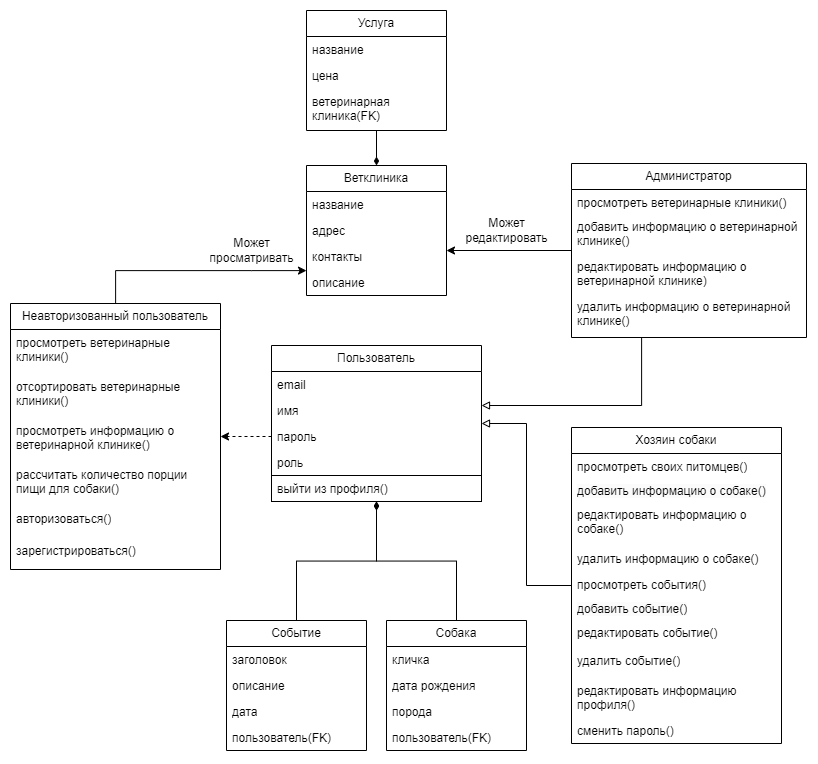
Before: Documentation/Diagrams/Диаграмма классов (Class diagram)/Диаграмма классов (Class diagram).drawio.png, a diagram exported from draw.io (polyafedosova/TP-5.2-5). Source tidied: cells renumbered, new cells last; positions are measured from the earlier drawing's top-left corner, leaving out a move shared by most shapes.
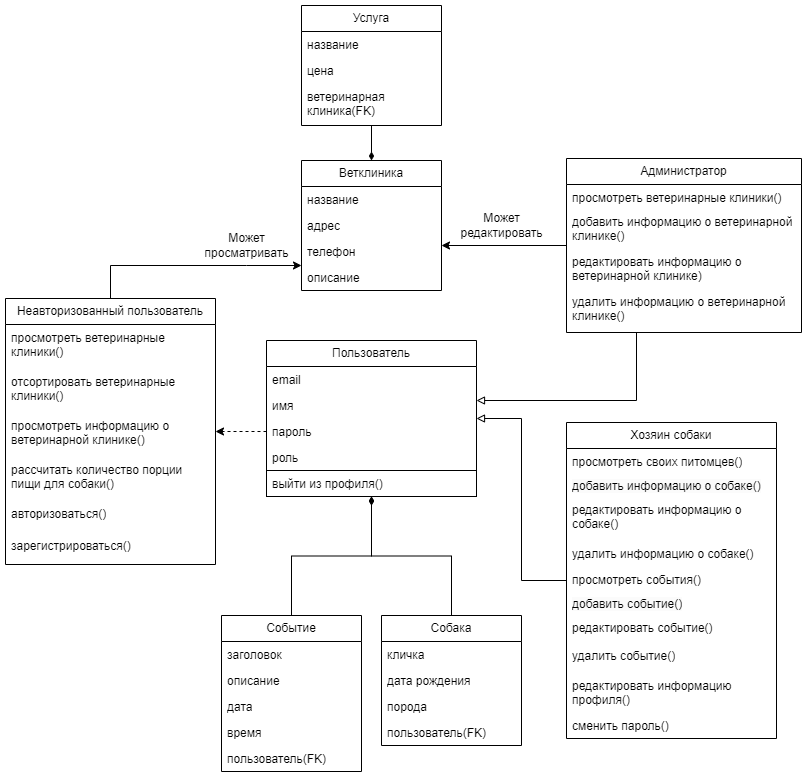
Later version of the same file.

The edit, as a diff of the source:
```diff
@@ -11,7 +11,7 @@
     <mxCell id="4" value="адрес" style="text;strokeColor=none;fillColor=none;align=left;verticalAlign=top;spacingLeft=4;spacingRight=4;overflow=hidden;whiteSpace=wrap;html=1;" parent="2" vertex="1">
       <mxGeometry y="52" width="140" height="26" as="geometry" />
     </mxCell>
-    <mxCell id="5" value="контакты" style="text;strokeColor=none;fillColor=none;align=left;verticalAlign=top;spacingLeft=4;spacingRight=4;overflow=hidden;whiteSpace=wrap;html=1;" parent="2" vertex="1">
+    <mxCell id="5" value="телефон" style="text;strokeColor=none;fillColor=none;align=left;verticalAlign=top;spacingLeft=4;spacingRight=4;overflow=hidden;whiteSpace=wrap;html=1;" parent="2" vertex="1">
       <mxGeometry y="78" width="140" height="26" as="geometry" />
     </mxCell>
     <mxCell id="6" value="описание" style="text;strokeColor=none;fillColor=none;align=left;verticalAlign=top;spacingLeft=4;spacingRight=4;overflow=hidden;whiteSpace=wrap;html=1;" parent="2" vertex="1">
@@ -36,7 +36,7 @@
       <mxGeometry relative="1" as="geometry" />
     </mxCell>
     <mxCell id="13" value="Событие" style="swimlane;fontStyle=0;horizontal=1;startSize=26;fillColor=none;whiteSpace=wrap;html=1;" parent="1" vertex="1">
-      <mxGeometry x="216" y="610" width="140" height="130" as="geometry" />
+      <mxGeometry x="216" y="610" width="140" height="156" as="geometry" />
     </mxCell>
     <mxCell id="14" value="заголовок" style="text;strokeColor=none;fillColor=none;align=left;verticalAlign=top;spacingLeft=4;spacingRight=4;overflow=hidden;whiteSpace=wrap;html=1;" parent="13" vertex="1">
       <mxGeometry y="26" width="140" height="26" as="geometry" />
@@ -47,8 +47,11 @@
     <mxCell id="16" value="дата" style="text;strokeColor=none;fillColor=none;align=left;verticalAlign=top;spacingLeft=4;spacingRight=4;overflow=hidden;whiteSpace=wrap;html=1;" parent="13" vertex="1">
       <mxGeometry y="78" width="140" height="26" as="geometry" />
     </mxCell>
+    <mxCell id="60" value="время" style="text;strokeColor=none;fillColor=none;align=left;verticalAlign=top;spacingLeft=4;spacingRight=4;overflow=hidden;whiteSpace=wrap;html=1;" parent="13" vertex="1">
+      <mxGeometry y="104" width="140" height="26" as="geometry" />
+    </mxCell>
     <mxCell id="17" value="пользователь(FK)" style="text;strokeColor=none;fillColor=none;align=left;verticalAlign=top;spacingLeft=4;spacingRight=4;overflow=hidden;whiteSpace=wrap;html=1;" parent="13" vertex="1">
-      <mxGeometry y="104" width="140" height="26" as="geometry" />
+      <mxGeometry y="130" width="140" height="26" as="geometry" />
     </mxCell>
     <mxCell id="18" value="Пользователь" style="swimlane;fontStyle=0;horizontal=1;startSize=26;fillColor=none;whiteSpace=wrap;html=1;" parent="1" vertex="1">
       <mxGeometry x="261" y="335" width="210" height="156" as="geometry" />
```
